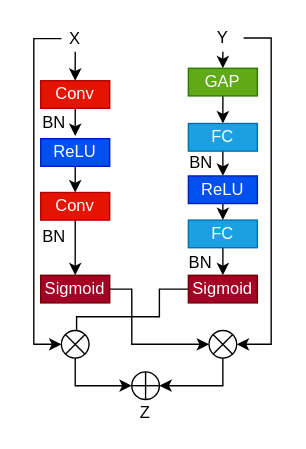
Before: ARCM.drawio in paleblackless/diagrams, a draw.io diagram. Source tidied: cells renumbered, new cells numbered last; positions are measured from the earlier drawing's top-left corner, leaving out a move shared by most shapes. Both pictures are drawn from the tidied source at 138%, with x=0, y=0 at pixel (40, 23).
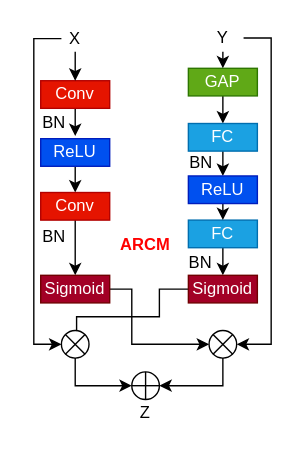
The same diagram, later.

Change to the diagram source:
```diff
@@
+    <mxCell id="36" value="&lt;b&gt;&lt;font color=&quot;#ff0000&quot;&gt;ARCM&lt;/font&gt;&lt;/b&gt;" style="text;html=1;strokeColor=none;fillColor=none;align=center;verticalAlign=middle;whiteSpace=wrap;rounded=0;" parent="1" vertex="1">
+      <mxGeometry x="46" y="145" width="60" height="30" as="geometry" />
+    </mxCell>
```
